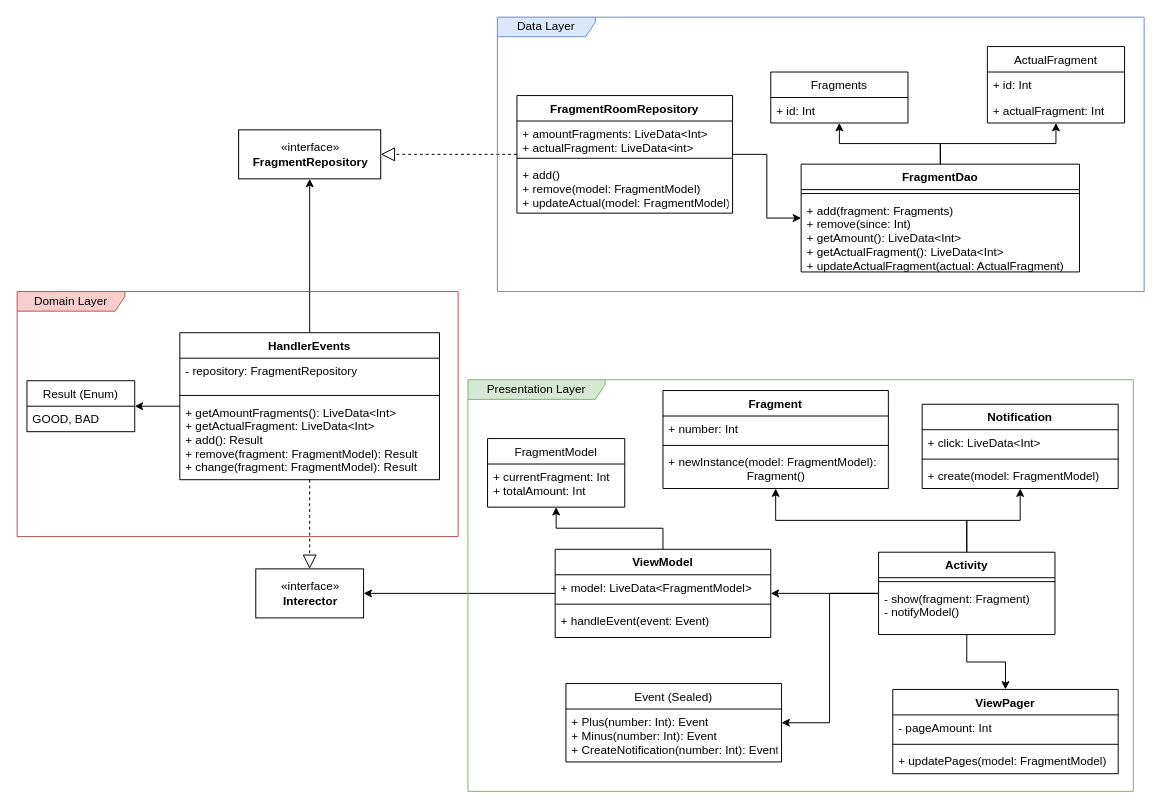
The draw.io diagram swiper.drawio in trilko/swiper, before the edit. Source tidied: cells renumbered, new cells numbered last; positions are measured from the earlier drawing's top-left corner, leaving out a move shared by most shapes. Both pictures are drawn from the tidied source at 98%, with x=0, y=0 at pixel (17, 17).
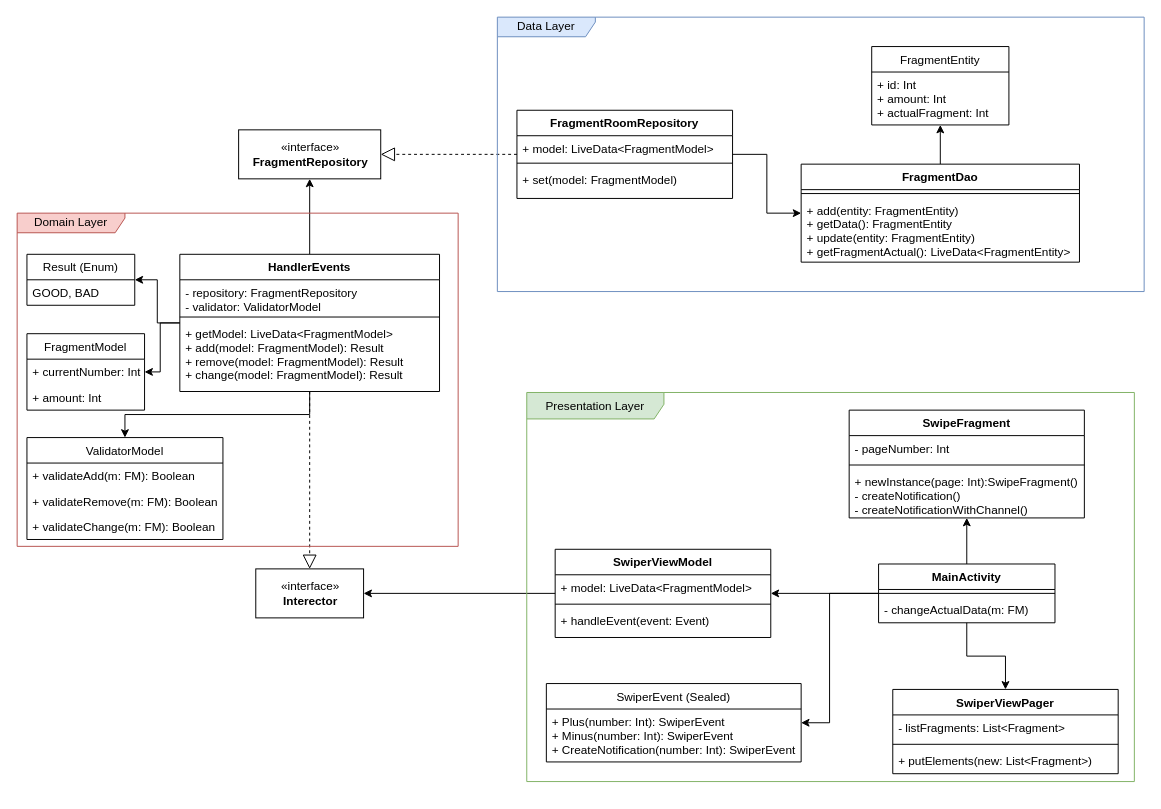
The same diagram, later.

What changed in the source:
```diff
@@
+    <mxCell id="62" style="edgeStyle=orthogonalEdgeStyle;rounded=0;jettySize=auto;html=1;" parent="1" edge="1" source="4" target="56">
+      <mxGeometry relative="1" as="geometry" />
+    </mxCell>
+    <mxCell id="63" style="edgeStyle=orthogonalEdgeStyle;rounded=0;jettySize=auto;html=1;" parent="1" edge="1" source="4" target="66">
+      <mxGeometry relative="1" as="geometry" />
+    </mxCell>
     <mxCell id="4" value="HandlerEvents" style="swimlane;fontStyle=1;align=center;verticalAlign=top;horizontal=1;startSize=26;" parent="1" vertex="1">
-      <mxGeometry x="166" y="322" width="265" height="150" as="geometry" />
+      <mxGeometry x="166" y="242" width="265" height="140" as="geometry" />
     </mxCell>
-    <mxCell id="5" value="- repository: FragmentRepository" style="text;strokeColor=none;fillColor=none;align=left;verticalAlign=top;spacingLeft=4;spacingRight=4;overflow=hidden;" parent="4" vertex="1">
+    <mxCell id="5" value="- repository: FragmentRepository&#10;- validator: ValidatorModel" style="text;strokeColor=none;fillColor=none;align=left;verticalAlign=top;spacingLeft=4;spacingRight=4;overflow=hidden;" parent="4" vertex="1">
       <mxGeometry y="26" width="265" height="34" as="geometry" />
     </mxCell>
@@
-    <mxCell id="7" value="+ getAmountFragments(): LiveData&lt;Int&gt;&#10;+ getActualFragment: LiveData&lt;Int&gt;&#10;+ add(): Result&#10;+ remove(fragment: FragmentModel): Result&#10;+ change(fragment: FragmentModel): Result" style="text;strokeColor=none;fillColor=none;align=left;verticalAlign=top;spacingLeft=4;spacingRight=4;overflow=hidden;" parent="4" vertex="1">
-      <mxGeometry y="68" width="265" height="82" as="geometry" />
+    <mxCell id="7" value="+ getModel: LiveData&lt;FragmentModel&gt;&#10;+ add(model: FragmentModel): Result&#10;+ remove(model: FragmentModel): Result&#10;+ change(model: FragmentModel): Result" style="text;strokeColor=none;fillColor=none;align=left;verticalAlign=top;spacingLeft=4;spacingRight=4;overflow=hidden;" parent="4" vertex="1">
+      <mxGeometry y="68" width="265" height="72" as="geometry" />
     </mxCell>
@@
-    <mxCell id="9" style="edgeStyle=orthogonalEdgeStyle;rounded=0;jettySize=auto;html=1;endArrow=classic;endFill=1;" parent="1" edge="1" source="10" target="56">
-      <mxGeometry relative="1" as="geometry" />
-    </mxCell>
-    <mxCell id="10" value="ViewModel" style="swimlane;fontStyle=1;align=center;verticalAlign=top;horizontal=1;startSize=26;" parent="1" vertex="1">
+    <mxCell id="10" value="SwiperViewModel" style="swimlane;fontStyle=1;align=center;verticalAlign=top;horizontal=1;startSize=26;" parent="1" vertex="1">
       <mxGeometry x="549" y="543" width="220" height="90" as="geometry" />
     </mxCell>
@@
-    <mxCell id="17" style="edgeStyle=orthogonalEdgeStyle;rounded=0;jettySize=auto;html=1;" parent="1" edge="1" source="20" target="29">
-      <mxGeometry relative="1" as="geometry" />
-    </mxCell>
@@
-    <mxCell id="20" value="Activity" style="swimlane;fontStyle=1;align=center;verticalAlign=top;horizontal=1;startSize=26;" parent="1" vertex="1">
-      <mxGeometry x="879" y="546" width="180" height="84" as="geometry" />
+    <mxCell id="20" value="MainActivity" style="swimlane;fontStyle=1;align=center;verticalAlign=top;horizontal=1;startSize=26;" parent="1" vertex="1">
+      <mxGeometry x="879" y="558" width="180" height="60" as="geometry" />
     </mxCell>
@@
-    <mxCell id="22" value="- show(fragment: Fragment)&#10;- notifyModel()" style="text;strokeColor=none;fillColor=none;align=left;verticalAlign=top;spacingLeft=4;spacingRight=4;overflow=hidden;" parent="20" vertex="1">
-      <mxGeometry y="34" width="180" height="50" as="geometry" />
+    <mxCell id="22" value="- changeActualData(m: FM)" style="text;strokeColor=none;fillColor=none;align=left;verticalAlign=top;spacingLeft=4;spacingRight=4;overflow=hidden;" parent="20" vertex="1">
+      <mxGeometry y="34" width="180" height="26" as="geometry" />
     </mxCell>
-    <mxCell id="23" value="Event (Sealed)" style="swimlane;fontStyle=0;horizontal=1;startSize=26;fillColor=none;" parent="1" vertex="1">
-      <mxGeometry x="560" y="680" width="220" height="80" as="geometry" />
+    <mxCell id="23" value="SwiperEvent (Sealed)" style="swimlane;fontStyle=0;horizontal=1;startSize=26;fillColor=none;" parent="1" vertex="1">
+      <mxGeometry x="540" y="680" width="260" height="80" as="geometry" />
     </mxCell>
-    <mxCell id="24" value="+ Plus(number: Int): Event&#10;+ Minus(number: Int): Event&#10;+ CreateNotification(number: Int): Event" style="text;strokeColor=none;fillColor=none;align=left;verticalAlign=top;spacingLeft=4;spacingRight=4;overflow=hidden;" parent="23" vertex="1">
-      <mxGeometry y="26" width="220" height="54" as="geometry" />
+    <mxCell id="24" value="+ Plus(number: Int): SwiperEvent&#10;+ Minus(number: Int): SwiperEvent&#10;+ CreateNotification(number: Int): SwiperEvent" style="text;strokeColor=none;fillColor=none;align=left;verticalAlign=top;spacingLeft=4;spacingRight=4;overflow=hidden;" parent="23" vertex="1">
+      <mxGeometry y="26" width="260" height="54" as="geometry" />
     </mxCell>
-    <mxCell id="25" value="ViewPager" style="swimlane;fontStyle=1;align=center;verticalAlign=top;horizontal=1;startSize=26;" parent="1" vertex="1">
+    <mxCell id="25" value="SwiperViewPager" style="swimlane;fontStyle=1;align=center;verticalAlign=top;horizontal=1;startSize=26;" parent="1" vertex="1">
       <mxGeometry x="893.5" y="686" width="230" height="86" as="geometry" />
     </mxCell>
-    <mxCell id="26" value="- pageAmount: Int" style="text;strokeColor=none;fillColor=none;align=left;verticalAlign=top;spacingLeft=4;spacingRight=4;overflow=hidden;" parent="25" vertex="1">
+    <mxCell id="26" value="- listFragments: List&lt;Fragment&gt;" style="text;strokeColor=none;fillColor=none;align=left;verticalAlign=top;spacingLeft=4;spacingRight=4;overflow=hidden;" parent="25" vertex="1">
       <mxGeometry y="26" width="230" height="26" as="geometry" />
     </mxCell>
@@
-    <mxCell id="28" value="+ updatePages(model: FragmentModel)" style="text;strokeColor=none;fillColor=none;align=left;verticalAlign=top;spacingLeft=4;spacingRight=4;overflow=hidden;" parent="25" vertex="1">
+    <mxCell id="28" value="+ putElements(new: List&lt;Fragment&gt;)" style="text;strokeColor=none;fillColor=none;align=left;verticalAlign=top;spacingLeft=4;spacingRight=4;overflow=hidden;" parent="25" vertex="1">
       <mxGeometry y="60" width="230" height="26" as="geometry" />
     </mxCell>
-    <mxCell id="29" value="Notification" style="swimlane;fontStyle=1;align=center;verticalAlign=top;horizontal=1;startSize=26;" parent="1" vertex="1">
-      <mxGeometry x="923.5" y="395" width="200" height="86" as="geometry" />
-    </mxCell>
-    <mxCell id="30" value="+ click: LiveData&lt;Int&gt;" style="text;strokeColor=none;fillColor=none;align=left;verticalAlign=top;spacingLeft=4;spacingRight=4;overflow=hidden;" parent="29" vertex="1">
-      <mxGeometry y="26" width="200" height="26" as="geometry" />
-    </mxCell>
-    <mxCell id="31" style="line;strokeWidth=1;fillColor=none;align=left;verticalAlign=middle;spacingTop=-1;spacingLeft=3;spacingRight=3;labelPosition=right;" parent="29" vertex="1">
-      <mxGeometry y="52" width="200" height="8" as="geometry" />
-    </mxCell>
-    <mxCell id="32" value="+ create(model: FragmentModel)" style="text;strokeColor=none;fillColor=none;align=left;verticalAlign=top;spacingLeft=4;spacingRight=4;overflow=hidden;" parent="29" vertex="1">
-      <mxGeometry y="60" width="200" height="26" as="geometry" />
-    </mxCell>
-    <mxCell id="33" value="Fragment" style="swimlane;fontStyle=1;align=center;verticalAlign=top;horizontal=1;startSize=26;fillColor=#ffffff;" parent="1" vertex="1">
-      <mxGeometry x="659" y="381" width="230" height="100" as="geometry" />
+    <mxCell id="33" value="SwipeFragment" style="swimlane;fontStyle=1;align=center;verticalAlign=top;horizontal=1;startSize=26;fillColor=#ffffff;" parent="1" vertex="1">
+      <mxGeometry x="849" y="401" width="240" height="110" as="geometry" />
     </mxCell>
-    <mxCell id="34" value="+ number: Int" style="text;strokeColor=none;fillColor=none;align=left;verticalAlign=top;spacingLeft=4;spacingRight=4;overflow=hidden;" parent="33" vertex="1">
-      <mxGeometry y="26" width="230" height="26" as="geometry" />
+    <mxCell id="34" value="- pageNumber: Int" style="text;strokeColor=none;fillColor=none;align=left;verticalAlign=top;spacingLeft=4;spacingRight=4;overflow=hidden;" parent="33" vertex="1">
+      <mxGeometry y="26" width="240" height="26" as="geometry" />
     </mxCell>
     <mxCell id="35" style="line;strokeWidth=1;fillColor=none;align=left;verticalAlign=middle;spacingTop=-1;spacingLeft=3;spacingRight=3;labelPosition=right;" parent="33" vertex="1">
-      <mxGeometry y="52" width="230" height="8" as="geometry" />
+      <mxGeometry y="52" width="240" height="8" as="geometry" />
     </mxCell>
-    <mxCell id="36" value="+ newInstance(model: FragmentModel):&#10;                        Fragment()" style="text;strokeColor=none;fillColor=none;align=left;verticalAlign=top;spacingLeft=4;spacingRight=4;overflow=hidden;" parent="33" vertex="1">
-      <mxGeometry y="60" width="230" height="40" as="geometry" />
+    <mxCell id="36" value="+ newInstance(page: Int):SwipeFragment()&#10;- createNotification()&#10;- createNotificationWithChannel()" style="text;strokeColor=none;fillColor=none;align=left;verticalAlign=top;spacingLeft=4;spacingRight=4;overflow=hidden;" parent="33" vertex="1">
+      <mxGeometry y="60" width="240" height="50" as="geometry" />
     </mxCell>
@@
-    <mxCell id="40" value="ActualFragment" style="swimlane;fontStyle=0;horizontal=1;startSize=26;fillColor=none;" parent="1" vertex="1">
-      <mxGeometry x="990" y="30" width="140" height="78" as="geometry" />
+    <mxCell id="40" value="FragmentEntity" style="swimlane;fontStyle=0;horizontal=1;startSize=26;fillColor=none;" parent="1" vertex="1">
+      <mxGeometry x="872" y="30" width="140" height="80" as="geometry" />
     </mxCell>
-    <mxCell id="41" value="+ id: Int" style="text;strokeColor=none;fillColor=none;align=left;verticalAlign=top;spacingLeft=4;spacingRight=4;overflow=hidden;" parent="40" vertex="1">
-      <mxGeometry y="26" width="140" height="26" as="geometry" />
+    <mxCell id="41" value="+ id: Int&#10;+ amount: Int&#10;+ actualFragment: Int" style="text;strokeColor=none;fillColor=none;align=left;verticalAlign=top;spacingLeft=4;spacingRight=4;overflow=hidden;" parent="40" vertex="1">
+      <mxGeometry y="26" width="140" height="54" as="geometry" />
     </mxCell>
-    <mxCell id="42" value="+ actualFragment: Int" style="text;strokeColor=none;fillColor=none;align=left;verticalAlign=top;spacingLeft=4;spacingRight=4;overflow=hidden;" parent="40" vertex="1">
-      <mxGeometry y="52" width="140" height="26" as="geometry" />
-    </mxCell>
-    <mxCell id="43" value="Fragments" style="swimlane;fontStyle=0;horizontal=1;startSize=26;fillColor=none;" parent="1" vertex="1">
-      <mxGeometry x="769" y="56" width="140" height="52" as="geometry" />
-    </mxCell>
-    <mxCell id="44" value="+ id: Int" style="text;strokeColor=none;fillColor=none;align=left;verticalAlign=top;spacingLeft=4;spacingRight=4;overflow=hidden;" parent="43" vertex="1">
-      <mxGeometry y="26" width="140" height="26" as="geometry" />
-    </mxCell>
-    <mxCell id="45" value="Data Layer" style="shape=umlFrame;whiteSpace=wrap;html=1;width=100;height=20;fillColor=#dae8fc;strokeColor=#6c8ebf;" parent="1" vertex="1">
-      <mxGeometry x="490" width="660" height="280" as="geometry" />
-    </mxCell>
-    <mxCell id="46" style="edgeStyle=orthogonalEdgeStyle;rounded=0;jettySize=auto;html=1;endArrow=classic;endFill=1;" parent="1" edge="1" source="48" target="43">
-      <mxGeometry relative="1" as="geometry" />
-    </mxCell>
@@
     <mxCell id="48" value="FragmentDao" style="swimlane;fontStyle=1;align=center;verticalAlign=top;horizontal=1;startSize=26;fillColor=#ffffff;" parent="1" vertex="1">
-      <mxGeometry x="800" y="150" width="284" height="110" as="geometry" />
+      <mxGeometry x="800" y="150" width="284" height="100" as="geometry" />
     </mxCell>
@@
-    <mxCell id="50" value="+ add(fragment: Fragments)&#10;+ remove(since: Int) &#10;+ getAmount(): LiveData&lt;Int&gt;&#10;+ getActualFragment(): LiveData&lt;Int&gt;&#10;+ updateActualFragment(actual: ActualFragment)" style="text;strokeColor=none;fillColor=none;align=left;verticalAlign=top;spacingLeft=4;spacingRight=4;overflow=hidden;" parent="48" vertex="1">
-      <mxGeometry y="34" width="284" height="76" as="geometry" />
+    <mxCell id="50" value="+ add(entity: FragmentEntity)&#10;+ getData(): FragmentEntity &#10;+ update(entity: FragmentEntity)&#10;+ getFragmentActual(): LiveData&lt;FragmentEntity&gt;" style="text;strokeColor=none;fillColor=none;align=left;verticalAlign=top;spacingLeft=4;spacingRight=4;overflow=hidden;" parent="48" vertex="1">
+      <mxGeometry y="34" width="284" height="66" as="geometry" />
     </mxCell>
@@
     <mxCell id="52" value="FragmentRoomRepository" style="swimlane;fontStyle=1;align=center;verticalAlign=top;horizontal=1;startSize=26;fillColor=#ffffff;" parent="1" vertex="1">
-      <mxGeometry x="510" y="80" width="220" height="120" as="geometry" />
+      <mxGeometry x="510" y="95" width="220" height="90" as="geometry" />
     </mxCell>
-    <mxCell id="53" value="+ amountFragments: LiveData&lt;Int&gt;&#10;+ actualFragment: LiveData&lt;int&gt;" style="text;strokeColor=none;fillColor=none;align=left;verticalAlign=top;spacingLeft=4;spacingRight=4;overflow=hidden;" parent="52" vertex="1">
-      <mxGeometry y="26" width="220" height="34" as="geometry" />
+    <mxCell id="53" value="+ model: LiveData&lt;FragmentModel&gt;" style="text;strokeColor=none;fillColor=none;align=left;verticalAlign=top;spacingLeft=4;spacingRight=4;overflow=hidden;" parent="52" vertex="1">
+      <mxGeometry y="26" width="220" height="24" as="geometry" />
     </mxCell>
     <mxCell id="54" style="line;strokeWidth=1;fillColor=none;align=left;verticalAlign=middle;spacingTop=-1;spacingLeft=3;spacingRight=3;labelPosition=right;" parent="52" vertex="1">
-      <mxGeometry y="60" width="220" height="8" as="geometry" />
+      <mxGeometry y="50" width="220" height="8" as="geometry" />
     </mxCell>
-    <mxCell id="55" value="+ add()&#10;+ remove(model: FragmentModel)&#10;+ updateActual(model: FragmentModel)" style="text;strokeColor=none;fillColor=none;align=left;verticalAlign=top;spacingLeft=4;spacingRight=4;overflow=hidden;" parent="52" vertex="1">
-      <mxGeometry y="68" width="220" height="52" as="geometry" />
+    <mxCell id="55" value="+ set(model: FragmentModel)" style="text;strokeColor=none;fillColor=none;align=left;verticalAlign=top;spacingLeft=4;spacingRight=4;overflow=hidden;" parent="52" vertex="1">
+      <mxGeometry y="58" width="220" height="32" as="geometry" />
     </mxCell>
-    <mxCell id="56" value="FragmentModel" style="swimlane;fontStyle=0;horizontal=1;startSize=26;fillColor=none;" parent="1" vertex="1">
-      <mxGeometry x="480" y="430" width="140" height="70" as="geometry" />
-    </mxCell>
-    <mxCell id="57" value="+ currentFragment: Int&#10;+ totalAmount: Int" style="text;strokeColor=none;fillColor=none;align=left;verticalAlign=top;spacingLeft=4;spacingRight=4;overflow=hidden;" parent="56" vertex="1">
-      <mxGeometry y="26" width="140" height="44" as="geometry" />
-    </mxCell>
     <mxCell id="58" value="Result (Enum)" style="swimlane;fontStyle=0;horizontal=1;startSize=26;fillColor=none;" parent="1" vertex="1">
-      <mxGeometry x="10" y="371" width="110" height="52" as="geometry" />
+      <mxGeometry x="10" y="242" width="110" height="52" as="geometry" />
     </mxCell>
@@
+    <mxCell id="45" value="Data Layer" style="shape=umlFrame;whiteSpace=wrap;html=1;width=100;height=20;fillColor=#dae8fc;strokeColor=#6c8ebf;" parent="1" vertex="1">
+      <mxGeometry x="490" width="660" height="280" as="geometry" />
+    </mxCell>
+    <mxCell id="56" value="FragmentModel" style="swimlane;fontStyle=0;horizontal=1;startSize=26;fillColor=none;" parent="1" vertex="1">
+      <mxGeometry x="10" y="323" width="120" height="78" as="geometry" />
+    </mxCell>
+    <mxCell id="64" value="+ currentNumber: Int" style="text;strokeColor=none;fillColor=none;align=left;verticalAlign=top;spacingLeft=4;spacingRight=4;overflow=hidden;" parent="56" vertex="1">
+      <mxGeometry y="26" width="120" height="26" as="geometry" />
+    </mxCell>
+    <mxCell id="65" value="+ amount: Int" style="text;strokeColor=none;fillColor=none;align=left;verticalAlign=top;spacingLeft=4;spacingRight=4;overflow=hidden;" parent="56" vertex="1">
+      <mxGeometry y="52" width="120" height="26" as="geometry" />
+    </mxCell>
+    <mxCell id="66" value="ValidatorModel" style="swimlane;fontStyle=0;horizontal=1;startSize=26;fillColor=none;" parent="1" vertex="1">
+      <mxGeometry x="10" y="429" width="200" height="104" as="geometry" />
+    </mxCell>
+    <mxCell id="67" value="+ validateAdd(m: FM): Boolean" style="text;strokeColor=none;fillColor=none;align=left;verticalAlign=top;spacingLeft=4;spacingRight=4;overflow=hidden;" parent="66" vertex="1">
+      <mxGeometry y="26" width="200" height="26" as="geometry" />
+    </mxCell>
+    <mxCell id="68" value="+ validateRemove(m: FM): Boolean" style="text;strokeColor=none;fillColor=none;align=left;verticalAlign=top;spacingLeft=4;spacingRight=4;overflow=hidden;" parent="66" vertex="1">
+      <mxGeometry y="52" width="200" height="26" as="geometry" />
+    </mxCell>
+    <mxCell id="69" value="+ validateChange(m: FM): Boolean" style="text;strokeColor=none;fillColor=none;align=left;verticalAlign=top;spacingLeft=4;spacingRight=4;overflow=hidden;" parent="66" vertex="1">
+      <mxGeometry y="78" width="200" height="26" as="geometry" />
+    </mxCell>
     <mxCell id="60" value="Domain Layer" style="shape=umlFrame;whiteSpace=wrap;html=1;fillColor=#f8cecc;width=110;height=20;strokeColor=#b85450;" parent="1" vertex="1">
-      <mxGeometry y="280" width="450" height="250" as="geometry" />
+      <mxGeometry y="200" width="450" height="340" as="geometry" />
     </mxCell>
-    <mxCell id="61" value="Presentation Layer" style="shape=umlFrame;whiteSpace=wrap;html=1;width=140;height=20;strokeColor=#82b366;fillColor=#d5e8d4;" parent="1" vertex="1">
-      <mxGeometry x="460" y="370" width="679" height="420" as="geometry" />
+    <mxCell id="61" value="Presentation Layer" style="shape=umlFrame;whiteSpace=wrap;html=1;fillColor=#d5e8d4;width=140;height=27;strokeColor=#82b366;" parent="1" vertex="1">
+      <mxGeometry x="520" y="383" width="620" height="397" as="geometry" />
     </mxCell>
```
